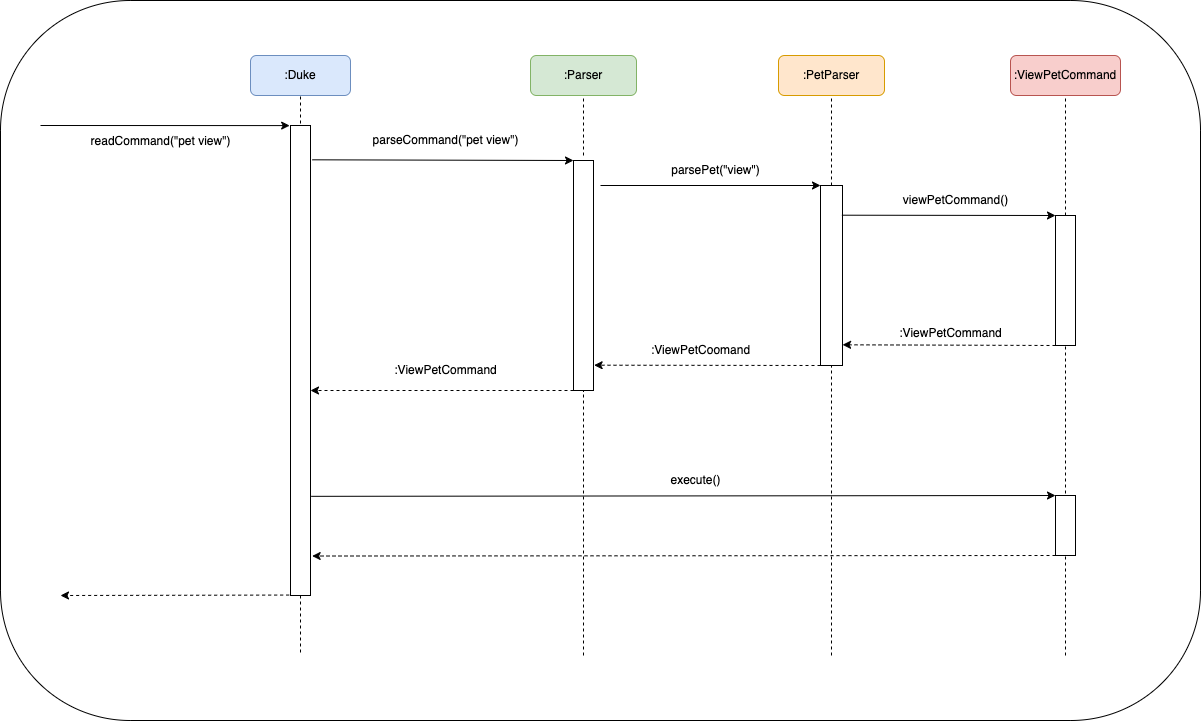
The draw.io diagram docs/uml/ViewPetCommand.png in nus-cs2113-AY2223S1/tp, before a commit. Source tidied: cells renumbered, new cells last; positions are measured from the earlier drawing's top-left corner, leaving out a move shared by most shapes. The source it was exported from:
```xml
<mxGraphModel>
  <root>
    <mxCell id="0" />
    <mxCell id="1" parent="0" />
    <mxCell id="2" style="rounded=1;whiteSpace=wrap;html=1;arcSize=18;" parent="1" vertex="1">
      <mxGeometry width="1200" height="720" as="geometry" />
    </mxCell>
    <mxCell id="3" value=":PetParser" style="rounded=1;whiteSpace=wrap;html=1;fillColor=#ffe6cc;strokeColor=#d79b00;" parent="1" vertex="1">
      <mxGeometry x="778" y="55" width="106" height="40" as="geometry" />
    </mxCell>
    <mxCell id="4" value=":ViewPetCommand" style="rounded=1;whiteSpace=wrap;html=1;fillColor=#f8cecc;strokeColor=#b85450;" parent="1" vertex="1">
      <mxGeometry x="1010" y="55" width="110" height="40" as="geometry" />
    </mxCell>
    <mxCell id="5" value=":Parser" style="rounded=1;whiteSpace=wrap;html=1;fillColor=#d5e8d4;strokeColor=#82b366;" parent="1" vertex="1">
      <mxGeometry x="530" y="55" width="106" height="40" as="geometry" />
    </mxCell>
    <mxCell id="6" value=":Duke" style="rounded=1;whiteSpace=wrap;html=1;fillColor=#dae8fc;strokeColor=#6c8ebf;" parent="1" vertex="1">
      <mxGeometry x="250" y="55" width="100" height="40" as="geometry" />
    </mxCell>
    <mxCell id="7" style="endArrow=none;dashed=1;html=1;rounded=0;entryX=0.5;entryY=1;entryDx=0;entryDy=0;" parent="1" edge="1" target="6">
      <mxGeometry relative="1" as="geometry">
        <mxPoint x="300" y="135" as="sourcePoint" />
      </mxGeometry>
    </mxCell>
    <mxCell id="8" style="rounded=0;whiteSpace=wrap;html=1;" parent="1" vertex="1">
      <mxGeometry x="290" y="125" width="20" height="470" as="geometry" />
    </mxCell>
    <mxCell id="9" style="endArrow=classic;html=1;rounded=0;entryX=-0.042;entryY=0.047;entryDx=0;entryDy=0;entryPerimeter=0;" parent="1" edge="1">
      <mxGeometry relative="1" as="geometry">
        <mxPoint x="40" y="125" as="sourcePoint" />
        <mxPoint x="289.2" y="125.1" as="targetPoint" />
      </mxGeometry>
    </mxCell>
    <mxCell id="10" value="readCommand(&quot;pet view&quot;)" style="text;html=1;align=center;verticalAlign=middle;strokeColor=none;fillColor=none;" parent="1" vertex="1">
      <mxGeometry x="80" y="126" width="160" height="30" as="geometry" />
    </mxCell>
    <mxCell id="11" style="rounded=0;whiteSpace=wrap;html=1;" parent="1" vertex="1">
      <mxGeometry x="573" y="160" width="20" height="230" as="geometry" />
    </mxCell>
    <mxCell id="12" style="endArrow=none;dashed=1;html=1;rounded=0;entryX=0.5;entryY=1;entryDx=0;entryDy=0;" parent="1" edge="1" target="5">
      <mxGeometry relative="1" as="geometry">
        <mxPoint x="583" y="155" as="sourcePoint" />
      </mxGeometry>
    </mxCell>
    <mxCell id="13" style="endArrow=classic;html=1;rounded=0;entryX=0;entryY=0;entryDx=0;entryDy=0;exitX=1.083;exitY=0.073;exitDx=0;exitDy=0;exitPerimeter=0;" parent="1" edge="1" source="8" target="11">
      <mxGeometry relative="1" as="geometry" />
    </mxCell>
    <mxCell id="14" value="parseCommand(&quot;pet view&quot;)" style="text;html=1;align=center;verticalAlign=middle;strokeColor=none;fillColor=none;" parent="1" vertex="1">
      <mxGeometry x="360" y="125" width="170" height="30" as="geometry" />
    </mxCell>
    <mxCell id="15" style="endArrow=none;dashed=1;html=1;rounded=0;entryX=0.5;entryY=1;entryDx=0;entryDy=0;" parent="1" edge="1" target="3">
      <mxGeometry relative="1" as="geometry">
        <mxPoint x="831" y="185" as="sourcePoint" />
      </mxGeometry>
    </mxCell>
    <mxCell id="16" style="rounded=0;whiteSpace=wrap;html=1;" parent="1" vertex="1">
      <mxGeometry x="820" y="185" width="22" height="180" as="geometry" />
    </mxCell>
    <mxCell id="17" style="endArrow=classic;html=1;rounded=0;entryX=0;entryY=0;entryDx=0;entryDy=0;" parent="1" edge="1" target="16">
      <mxGeometry relative="1" as="geometry">
        <mxPoint x="600" y="185" as="sourcePoint" />
      </mxGeometry>
    </mxCell>
    <mxCell id="18" value="parsePet(&quot;view&quot;)" style="text;html=1;align=center;verticalAlign=middle;strokeColor=none;fillColor=none;" parent="1" vertex="1">
      <mxGeometry x="660" y="155" width="110" height="30" as="geometry" />
    </mxCell>
    <mxCell id="19" style="endArrow=none;dashed=1;html=1;rounded=0;entryX=0.5;entryY=1;entryDx=0;entryDy=0;exitX=0.5;exitY=0;exitDx=0;exitDy=0;" parent="1" edge="1" source="20" target="4">
      <mxGeometry relative="1" as="geometry" />
    </mxCell>
    <mxCell id="20" style="rounded=0;whiteSpace=wrap;html=1;" parent="1" vertex="1">
      <mxGeometry x="1055" y="215" width="20" height="130" as="geometry" />
    </mxCell>
    <mxCell id="21" style="endArrow=classic;html=1;rounded=0;entryX=0;entryY=0;entryDx=0;entryDy=0;exitX=0.972;exitY=0.165;exitDx=0;exitDy=0;exitPerimeter=0;" parent="1" edge="1" source="16" target="20">
      <mxGeometry relative="1" as="geometry" />
    </mxCell>
    <mxCell id="22" value="viewPetCommand()" style="text;html=1;align=center;verticalAlign=middle;strokeColor=none;fillColor=none;" parent="1" vertex="1">
      <mxGeometry x="890" y="185" width="130" height="30" as="geometry" />
    </mxCell>
    <mxCell id="23" style="endArrow=classic;html=1;rounded=0;exitX=0;exitY=1;exitDx=0;exitDy=0;entryX=1.003;entryY=0.885;entryDx=0;entryDy=0;entryPerimeter=0;dashed=1;" parent="1" edge="1" source="20" target="16">
      <mxGeometry relative="1" as="geometry" />
    </mxCell>
    <mxCell id="24" style="endArrow=classic;html=1;rounded=0;dashed=1;exitX=0;exitY=1;exitDx=0;exitDy=0;entryX=1.031;entryY=0.89;entryDx=0;entryDy=0;entryPerimeter=0;" parent="1" edge="1" source="16" target="11">
      <mxGeometry relative="1" as="geometry" />
    </mxCell>
    <mxCell id="25" style="endArrow=classic;html=1;rounded=0;dashed=1;exitX=0;exitY=1;exitDx=0;exitDy=0;" parent="1" edge="1" source="11">
      <mxGeometry relative="1" as="geometry">
        <mxPoint x="310" y="390" as="targetPoint" />
      </mxGeometry>
    </mxCell>
    <mxCell id="26" value="&lt;br&gt;:ViewPetCommand" style="text;html=1;align=center;verticalAlign=middle;strokeColor=none;fillColor=none;" parent="1" vertex="1">
      <mxGeometry x="885" y="305" width="130" height="40" as="geometry" />
    </mxCell>
    <mxCell id="27" value=":ViewPetCoomand" style="text;html=1;align=center;verticalAlign=middle;strokeColor=none;fillColor=none;" parent="1" vertex="1">
      <mxGeometry x="640" y="335" width="120" height="30" as="geometry" />
    </mxCell>
    <mxCell id="28" value=":ViewPetCommand" style="text;html=1;align=center;verticalAlign=middle;strokeColor=none;fillColor=none;" parent="1" vertex="1">
      <mxGeometry x="380" y="355" width="130" height="30" as="geometry" />
    </mxCell>
    <mxCell id="29" style="endArrow=none;dashed=1;html=1;rounded=0;exitX=0.5;exitY=1;exitDx=0;exitDy=0;" parent="1" edge="1" source="8">
      <mxGeometry relative="1" as="geometry">
        <mxPoint x="300" y="655" as="targetPoint" />
      </mxGeometry>
    </mxCell>
    <mxCell id="30" style="endArrow=none;dashed=1;html=1;rounded=0;entryX=0.5;entryY=1;entryDx=0;entryDy=0;" parent="1" edge="1" target="11">
      <mxGeometry relative="1" as="geometry">
        <mxPoint x="583" y="655" as="sourcePoint" />
      </mxGeometry>
    </mxCell>
    <mxCell id="31" style="endArrow=none;dashed=1;html=1;rounded=0;entryX=0.5;entryY=1;entryDx=0;entryDy=0;" parent="1" edge="1" target="16">
      <mxGeometry relative="1" as="geometry">
        <mxPoint x="831" y="655" as="sourcePoint" />
      </mxGeometry>
    </mxCell>
    <mxCell id="32" style="endArrow=none;dashed=1;html=1;rounded=0;entryX=0.5;entryY=1;entryDx=0;entryDy=0;" parent="1" edge="1" target="20">
      <mxGeometry relative="1" as="geometry">
        <mxPoint x="1065" y="655" as="sourcePoint" />
      </mxGeometry>
    </mxCell>
    <mxCell id="33" style="endArrow=classic;html=1;rounded=0;exitX=1.031;exitY=0.789;exitDx=0;exitDy=0;exitPerimeter=0;entryX=0;entryY=0;entryDx=0;entryDy=0;" parent="1" edge="1" source="8" target="34">
      <mxGeometry relative="1" as="geometry" />
    </mxCell>
    <mxCell id="34" style="rounded=0;whiteSpace=wrap;html=1;" parent="1" vertex="1">
      <mxGeometry x="1055" y="495" width="20" height="60" as="geometry" />
    </mxCell>
    <mxCell id="35" style="edgeStyle=orthogonalEdgeStyle;rounded=0;orthogonalLoop=1;jettySize=auto;html=1;exitX=0.5;exitY=1;exitDx=0;exitDy=0;" parent="1" edge="1" source="34" target="34">
      <mxGeometry relative="1" as="geometry" />
    </mxCell>
    <mxCell id="36" value="execute()" style="text;html=1;align=center;verticalAlign=middle;strokeColor=none;fillColor=none;" parent="1" vertex="1">
      <mxGeometry x="660" y="465" width="70" height="30" as="geometry" />
    </mxCell>
    <mxCell id="37" style="endArrow=classic;html=1;rounded=0;exitX=0;exitY=1;exitDx=0;exitDy=0;entryX=1.083;entryY=0.916;entryDx=0;entryDy=0;entryPerimeter=0;dashed=1;" parent="1" edge="1" source="34" target="8">
      <mxGeometry relative="1" as="geometry" />
    </mxCell>
    <mxCell id="38" style="endArrow=classic;html=1;rounded=0;dashed=1;exitX=-0.067;exitY=0.965;exitDx=0;exitDy=0;exitPerimeter=0;" parent="1" edge="1">
      <mxGeometry relative="1" as="geometry">
        <mxPoint x="288.7" y="594.5" as="sourcePoint" />
        <mxPoint x="60" y="595" as="targetPoint" />
      </mxGeometry>
    </mxCell>
  </root>
</mxGraphModel>
```
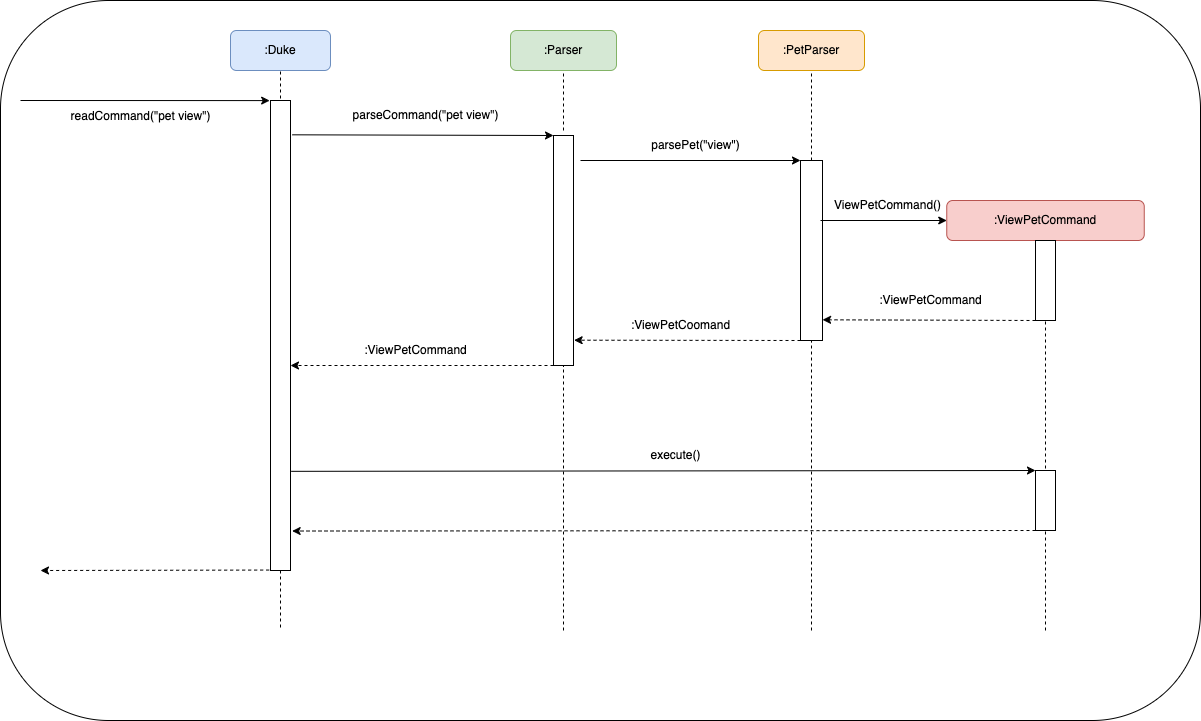
The same file after the commit.

Change to the diagram source:
```diff
@@ -2,14 +2,14 @@
   <root>
     <mxCell id="0" />
     <mxCell id="1" parent="0" />
-    <mxCell id="2" style="rounded=1;whiteSpace=wrap;html=1;arcSize=18;" parent="1" vertex="1">
-      <mxGeometry width="1200" height="720" as="geometry" />
+    <mxCell id="2" style="rounded=1;whiteSpace=wrap;html=1;" parent="1" vertex="1">
+      <mxGeometry x="20" y="25" width="1200" height="720" as="geometry" />
     </mxCell>
     <mxCell id="3" value=":PetParser" style="rounded=1;whiteSpace=wrap;html=1;fillColor=#ffe6cc;strokeColor=#d79b00;" parent="1" vertex="1">
       <mxGeometry x="778" y="55" width="106" height="40" as="geometry" />
     </mxCell>
     <mxCell id="4" value=":ViewPetCommand" style="rounded=1;whiteSpace=wrap;html=1;fillColor=#f8cecc;strokeColor=#b85450;" parent="1" vertex="1">
-      <mxGeometry x="1010" y="55" width="110" height="40" as="geometry" />
+      <mxGeometry x="966.2" y="225" width="197.5" height="40" as="geometry" />
     </mxCell>
     <mxCell id="5" value=":Parser" style="rounded=1;whiteSpace=wrap;html=1;fillColor=#d5e8d4;strokeColor=#82b366;" parent="1" vertex="1">
       <mxGeometry x="530" y="55" width="106" height="40" as="geometry" />
@@ -68,13 +68,15 @@
       <mxGeometry relative="1" as="geometry" />
     </mxCell>
     <mxCell id="20" style="rounded=0;whiteSpace=wrap;html=1;" parent="1" vertex="1">
-      <mxGeometry x="1055" y="215" width="20" height="130" as="geometry" />
+      <mxGeometry x="1055" y="265" width="20" height="80" as="geometry" />
     </mxCell>
-    <mxCell id="21" style="endArrow=classic;html=1;rounded=0;entryX=0;entryY=0;entryDx=0;entryDy=0;exitX=0.972;exitY=0.165;exitDx=0;exitDy=0;exitPerimeter=0;" parent="1" edge="1" source="16" target="20">
-      <mxGeometry relative="1" as="geometry" />
+    <mxCell id="21" style="endArrow=classic;html=1;rounded=0;entryX=0;entryY=0.5;entryDx=0;entryDy=0;" parent="1" edge="1" target="4">
+      <mxGeometry relative="1" as="geometry">
+        <mxPoint x="840" y="245" as="sourcePoint" />
+      </mxGeometry>
     </mxCell>
-    <mxCell id="22" value="viewPetCommand()" style="text;html=1;align=center;verticalAlign=middle;strokeColor=none;fillColor=none;" parent="1" vertex="1">
-      <mxGeometry x="890" y="185" width="130" height="30" as="geometry" />
+    <mxCell id="22" value="ViewPetCommand()" style="text;html=1;align=center;verticalAlign=middle;strokeColor=none;fillColor=none;" parent="1" vertex="1">
+      <mxGeometry x="842" y="215" width="130" height="30" as="geometry" />
     </mxCell>
     <mxCell id="23" style="endArrow=classic;html=1;rounded=0;exitX=0;exitY=1;exitDx=0;exitDy=0;entryX=1.003;entryY=0.885;entryDx=0;entryDy=0;entryPerimeter=0;dashed=1;" parent="1" edge="1" source="20" target="16">
       <mxGeometry relative="1" as="geometry" />
@@ -87,14 +89,14 @@
         <mxPoint x="310" y="390" as="targetPoint" />
       </mxGeometry>
     </mxCell>
-    <mxCell id="26" value="&lt;br&gt;:ViewPetCommand" style="text;html=1;align=center;verticalAlign=middle;strokeColor=none;fillColor=none;" parent="1" vertex="1">
-      <mxGeometry x="885" y="305" width="130" height="40" as="geometry" />
+    <mxCell id="26" value=":ViewPetCommand" style="text;html=1;align=center;verticalAlign=middle;strokeColor=none;fillColor=none;" parent="1" vertex="1">
+      <mxGeometry x="885" y="310" width="130" height="30" as="geometry" />
     </mxCell>
     <mxCell id="27" value=":ViewPetCoomand" style="text;html=1;align=center;verticalAlign=middle;strokeColor=none;fillColor=none;" parent="1" vertex="1">
       <mxGeometry x="640" y="335" width="120" height="30" as="geometry" />
     </mxCell>
     <mxCell id="28" value=":ViewPetCommand" style="text;html=1;align=center;verticalAlign=middle;strokeColor=none;fillColor=none;" parent="1" vertex="1">
-      <mxGeometry x="380" y="355" width="130" height="30" as="geometry" />
+      <mxGeometry x="370" y="360" width="130" height="30" as="geometry" />
     </mxCell>
     <mxCell id="29" style="endArrow=none;dashed=1;html=1;rounded=0;exitX=0.5;exitY=1;exitDx=0;exitDy=0;" parent="1" edge="1" source="8">
       <mxGeometry relative="1" as="geometry">
```
